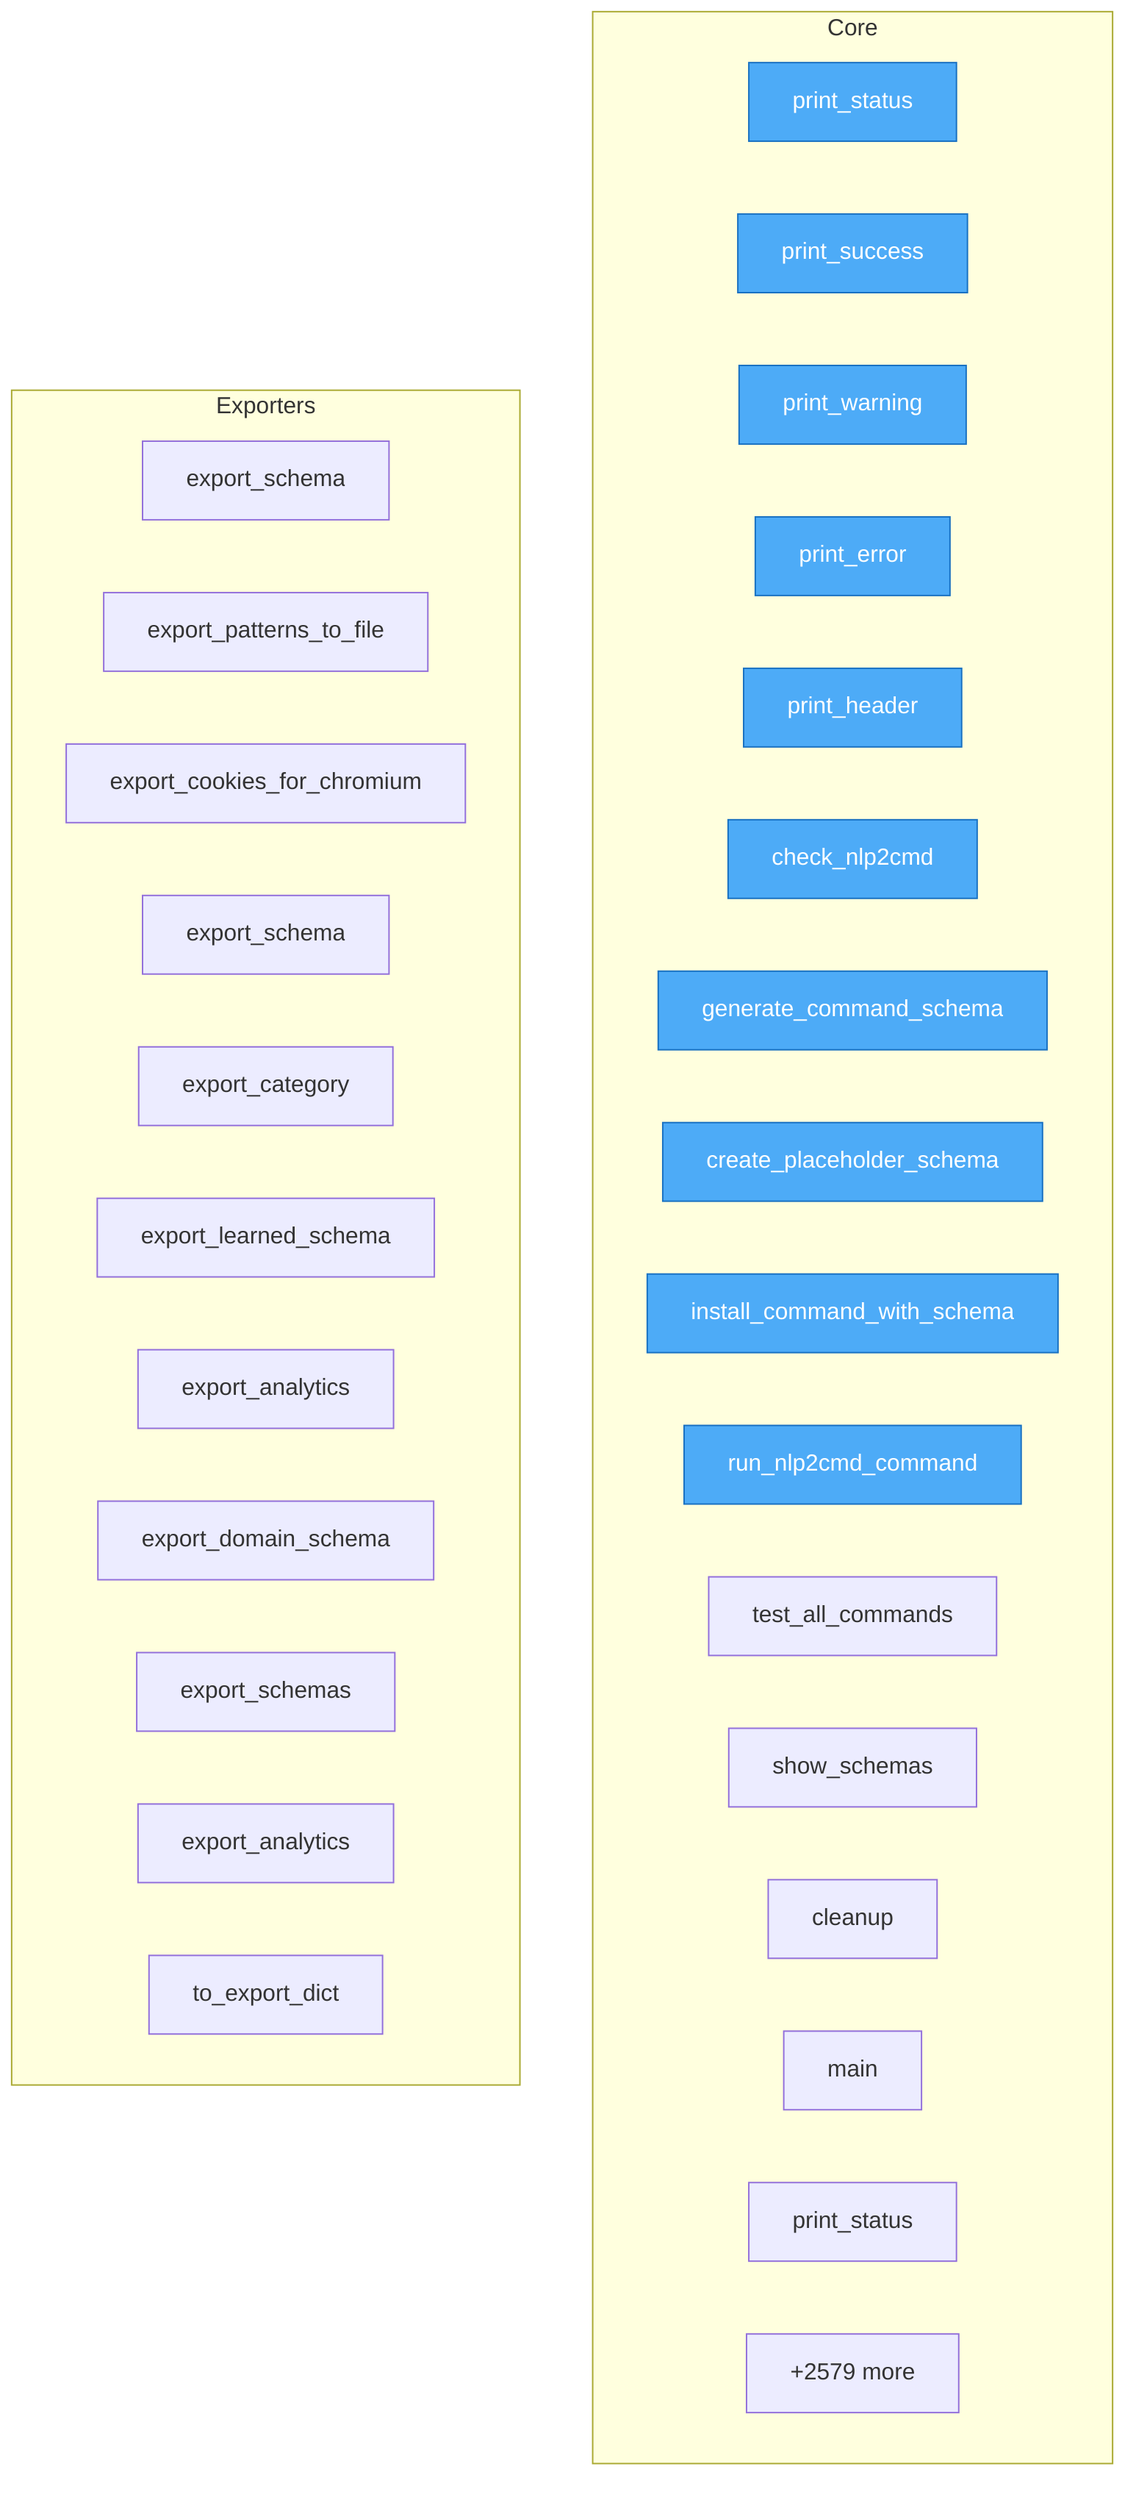
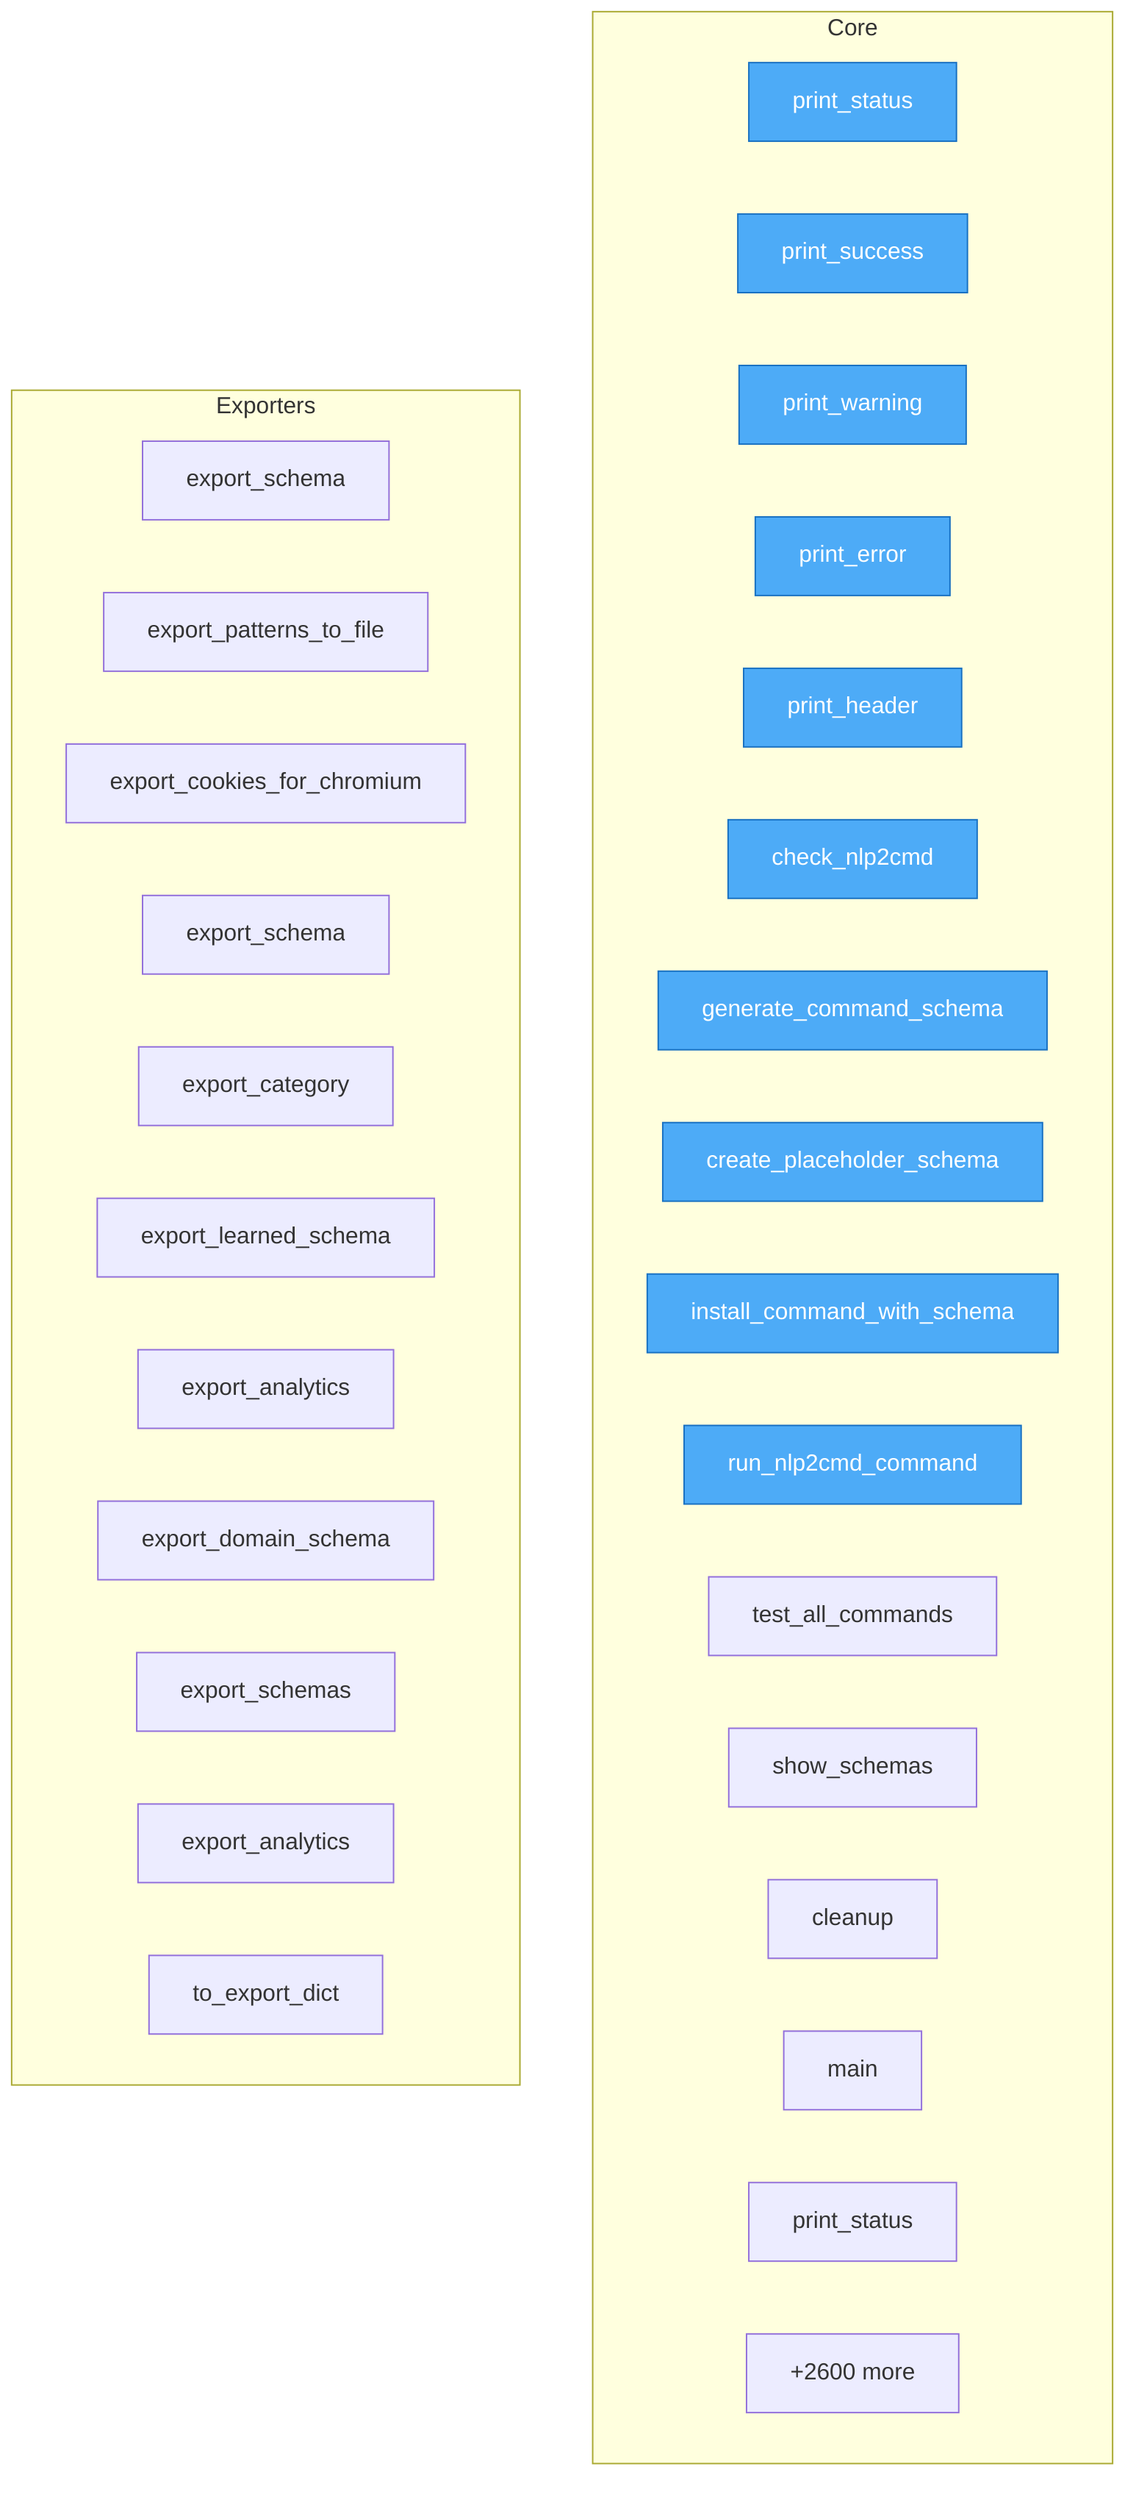
flowchart TD
- %% generated in 0.17s
+ %% generated in 0.08s

    %% Entry points (blue)
    classDef entry fill:#4dabf7,stroke:#1971c2,color:#fff

    subgraph Core
        test_nlp2cmd_enhanced__print_status["print_status"]
        test_nlp2cmd_enhanced__print_success["print_success"]
        test_nlp2cmd_enhanced__print_warning["print_warning"]
        test_nlp2cmd_enhanced__print_error["print_error"]
        test_nlp2cmd_enhanced__print_header["print_header"]
        test_nlp2cmd_enhanced__check_nlp2cmd["check_nlp2cmd"]
        test_nlp2cmd_enhanced__generate_command_schema["generate_command_schema"]
        test_nlp2cmd_enhanced__create_placeholder_schema["create_placeholder_schema"]
        test_nlp2cmd_enhanced__install_command_with_schema["install_command_with_schema"]
        test_nlp2cmd_enhanced__run_nlp2cmd_command["run_nlp2cmd_command"]
        test_nlp2cmd_enhanced__test_all_commands["test_all_commands"]
        test_nlp2cmd_enhanced__show_schemas["show_schemas"]
        test_nlp2cmd_enhanced__cleanup["cleanup"]
        test_nlp2cmd_enhanced__main["main"]
        test_nlp2cmd_commands__print_status["print_status"]
-         ...["+2579 more"]
+         ...["+2600 more"]
    end

    subgraph Exporters
        src__nlp2cmd__schemas__SchemaRegistry__export_schema["export_schema"]
        src__nlp2cmd__automation__vector_store__export_patterns_to_file["export_patterns_to_file"]
        src__nlp2cmd__automation__firefox_sessions__FirefoxSessionImporter__export_cookies_for_chromium["export_cookies_for_chromium"]
        src__nlp2cmd__generation__fuzzy_schema_matcher_class__FuzzySchemaMatcher__export_schema["export_schema"]
        src__nlp2cmd__core__toon_integration__ToonDataManager__export_category["export_category"]
        src__nlp2cmd__cli__web_schema__export_learned_schema["export_learned_schema"]
        src__nlp2cmd__cli__history__export_analytics["export_analytics"]
        src__nlp2cmd__web_schema__history__InteractionHistory__export_domain_schema["export_domain_schema"]
        src__nlp2cmd__enhanced__EnhancedNLP2CMD__export_schemas["export_schemas"]
        src__nlp2cmd__history__tracker__CommandHistory__export_analytics["export_analytics"]
        src__app2schema__extract__App2SchemaResult__to_export_dict["to_export_dict"]
    end

    class test_nlp2cmd_enhanced__print_status,test_nlp2cmd_enhanced__print_success,test_nlp2cmd_enhanced__print_warning,test_nlp2cmd_enhanced__print_error,test_nlp2cmd_enhanced__print_header,test_nlp2cmd_enhanced__check_nlp2cmd,test_nlp2cmd_enhanced__generate_command_schema,test_nlp2cmd_enhanced__create_placeholder_schema,test_nlp2cmd_enhanced__install_command_with_schema,test_nlp2cmd_enhanced__run_nlp2cmd_command entry
